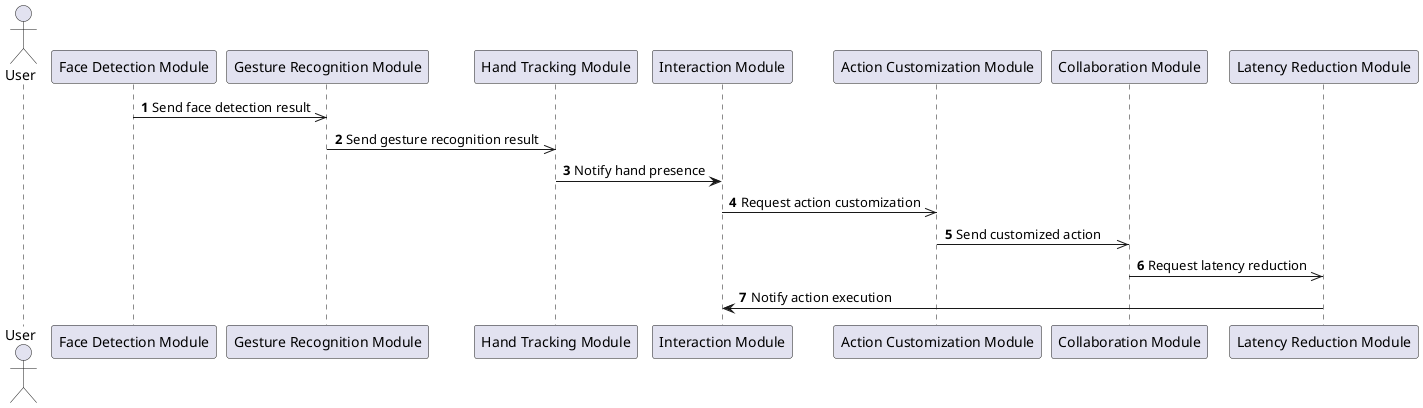
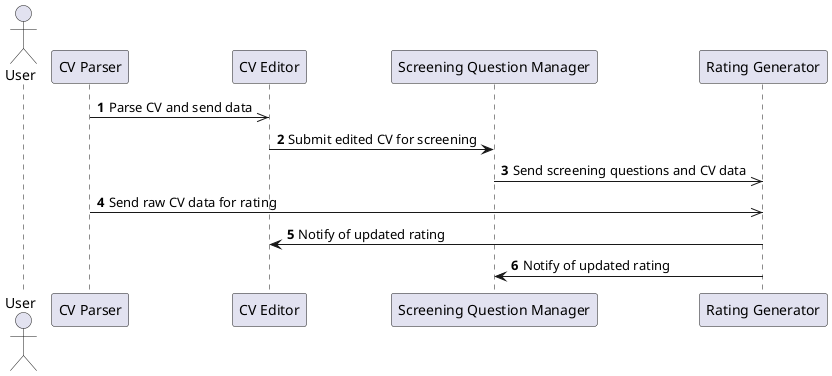
@startuml
autonumber
actor User
- participant "Face Detection Module" as FaceDetectionModule
- participant "Gesture Recognition Module" as GestureRecognitionModule
- participant "Hand Tracking Module" as HandTrackingModule
- participant "Interaction Module" as InteractionModule
- participant "Action Customization Module" as ActionCustomizationModule
- participant "Collaboration Module" as CollaborationModule
- participant "Latency Reduction Module" as LatencyReductionModule
- FaceDetectionModule ->> GestureRecognitionModule : Send face detection result
- GestureRecognitionModule ->> HandTrackingModule : Send gesture recognition result
- HandTrackingModule -> InteractionModule : Notify hand presence
- InteractionModule ->> ActionCustomizationModule : Request action customization
- ActionCustomizationModule ->> CollaborationModule : Send customized action
- CollaborationModule ->> LatencyReductionModule : Request latency reduction
- LatencyReductionModule -> InteractionModule : Notify action execution
+ participant "CV Parser" as CVParser
+ participant "CV Editor" as CVEditor
+ participant "Screening Question Manager" as ScreeningQuestionManager
+ participant "Rating Generator" as RatingGenerator
+ CVParser ->> CVEditor : Parse CV and send data
+ CVEditor -> ScreeningQuestionManager : Submit edited CV for screening
+ ScreeningQuestionManager ->> RatingGenerator : Send screening questions and CV data
+ CVParser ->> RatingGenerator : Send raw CV data for rating
+ RatingGenerator -> CVEditor : Notify of updated rating
+ RatingGenerator -> ScreeningQuestionManager : Notify of updated rating
@enduml